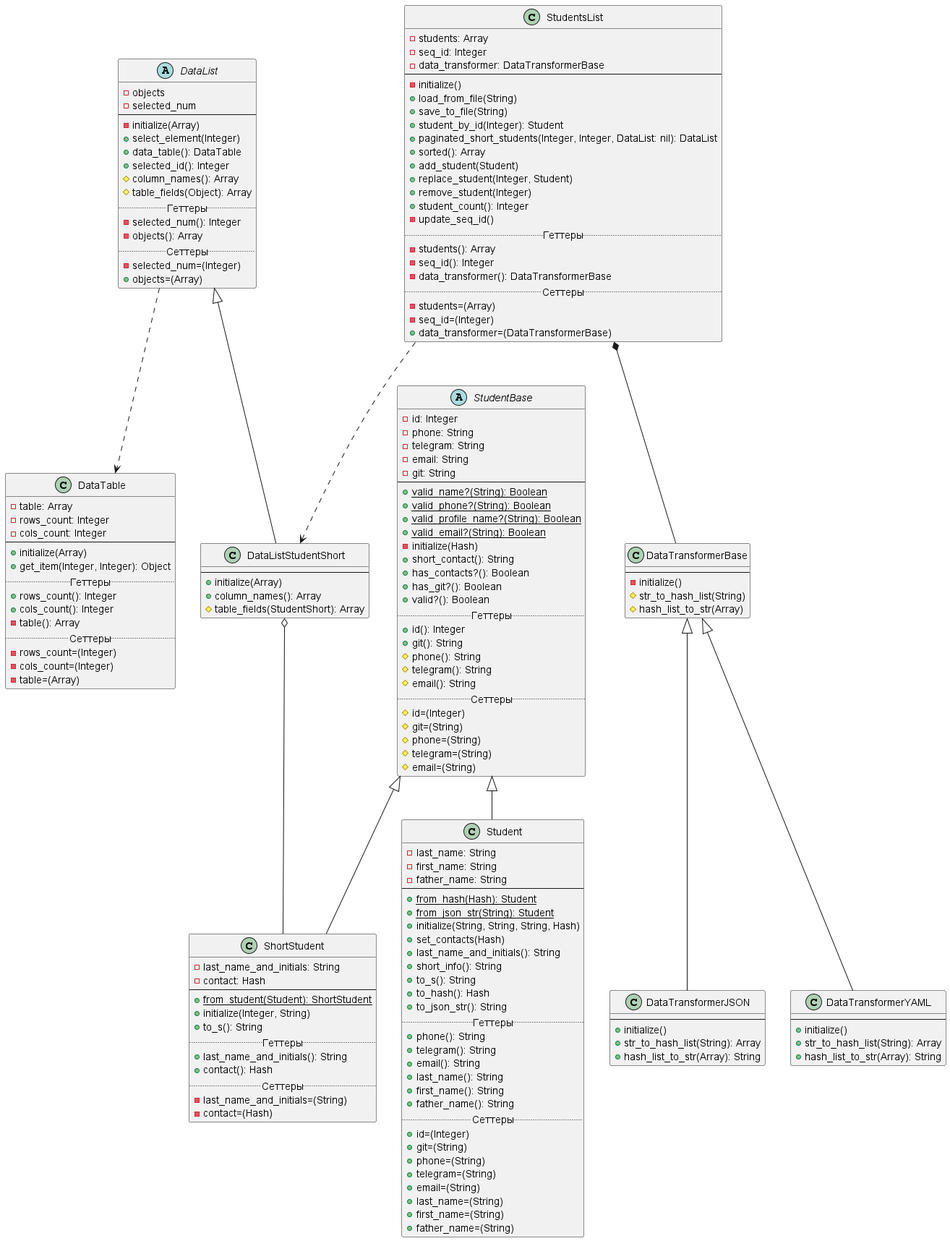
Earlier version of the PlantUML export Diagrams/lab2.png (r1411/PatternsLabs).
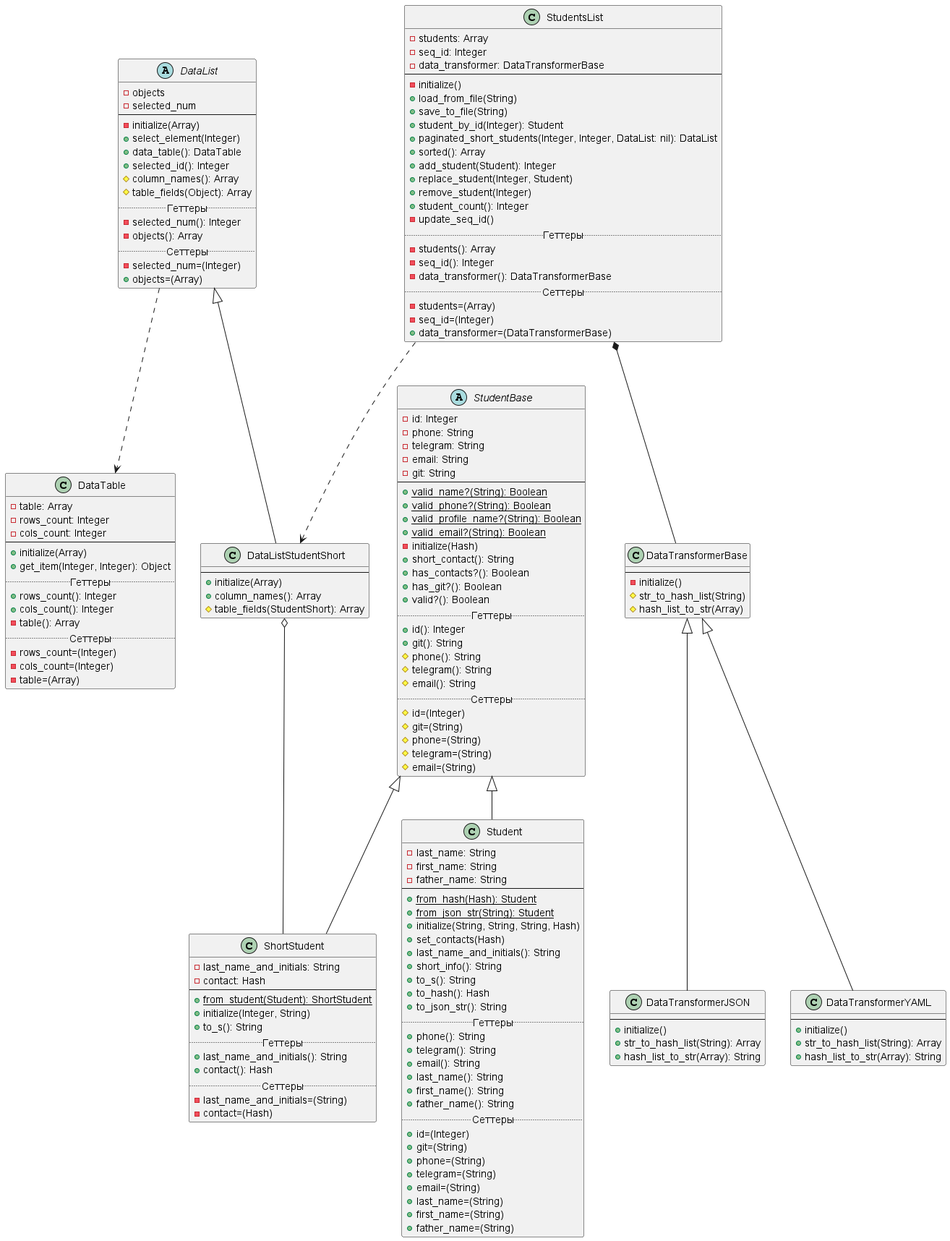
After the change.

Commit message:
add_student теперь возвращает сформированный id

What changed in the source:
```diff
@@ -135,7 +135,7 @@
     +student_by_id(Integer): Student
     +paginated_short_students(Integer, Integer, DataList: nil): DataList
     +sorted(): Array
-    +add_student(Student)
+    +add_student(Student): Integer
     +replace_student(Integer, Student)
     +remove_student(Integer)
     +student_count(): Integer
```
